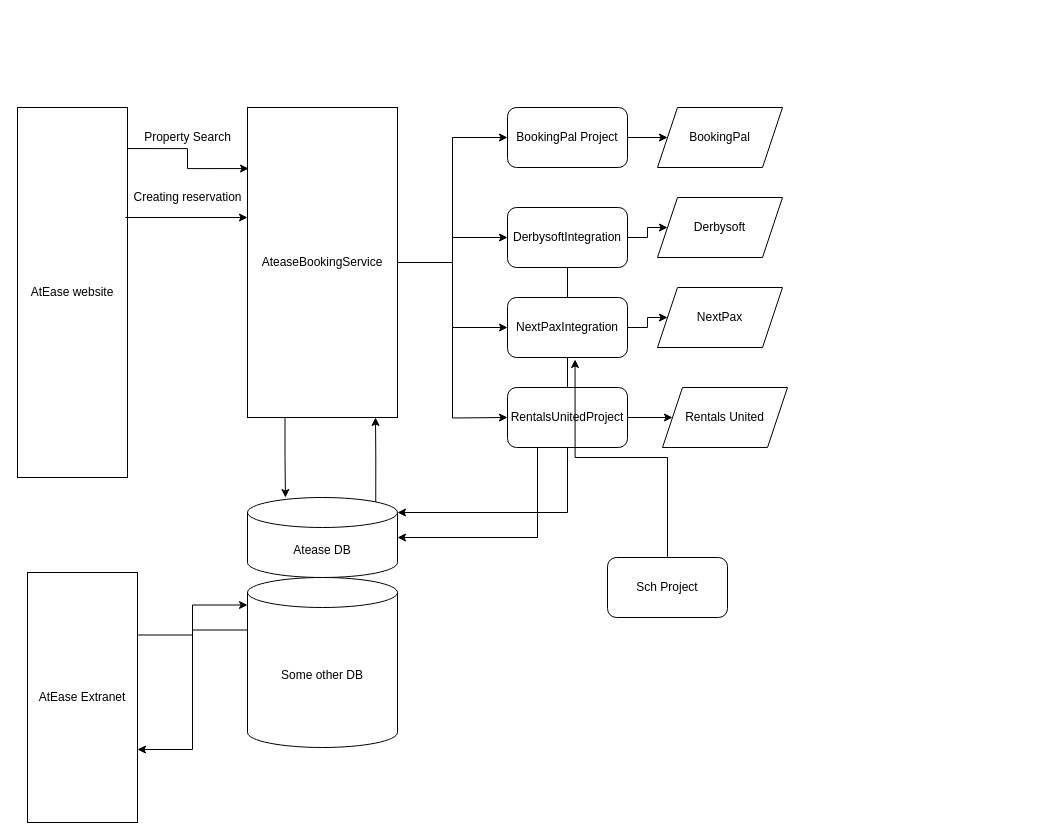
Above: SystemFlow/Untitled Diagram.drawio in FaiyazApp/flow (draw.io), before the change. Source tidied: cells renumbered, new cells numbered last; positions are measured from the earlier drawing's top-left corner, leaving out a move shared by most shapes. Both pictures are drawn from the tidied source at 100%, with x=0, y=0 at pixel (17, 107).
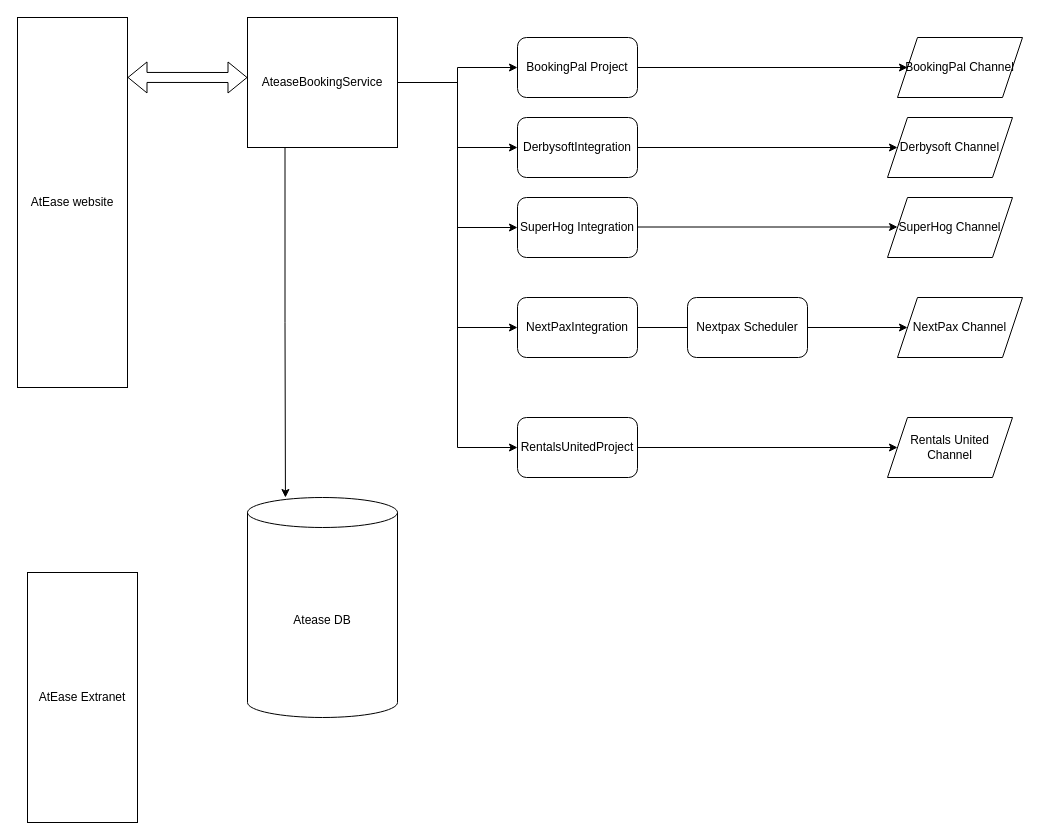
After the change.

Unchanged cells that the change refers to:
```xml
<mxCell id="16" value="&lt;span&gt;AtEase Extranet&lt;/span&gt;" style="rounded=0;whiteSpace=wrap;html=1;direction=south;" parent="1" vertex="1">
  <mxGeometry x="10" y="465" width="110" height="250" as="geometry" />
</mxCell>
```

Change to the diagram source:
```diff
@@
-    <mxCell id="2" style="edgeStyle=orthogonalEdgeStyle;rounded=0;jettySize=auto;html=1;exitX=0.111;exitY=0.009;exitDx=0;exitDy=0;exitPerimeter=0;entryX=0.197;entryY=0.993;entryDx=0;entryDy=0;entryPerimeter=0;" parent="1" edge="1" source="4" target="10">
-      <mxGeometry relative="1" as="geometry" />
-    </mxCell>
-    <mxCell id="3" value="Property Search" style="text;html=1;align=center;verticalAlign=middle;strokeColor=none;fillColor=none;" parent="1" vertex="1">
-      <mxGeometry x="120" y="20" width="100" height="20" as="geometry" />
-    </mxCell>
     <mxCell id="4" value="&lt;span&gt;AtEase website&lt;/span&gt;" style="rounded=0;whiteSpace=wrap;html=1;direction=south;" parent="1" vertex="1">
-      <mxGeometry width="110" height="370" as="geometry" />
+      <mxGeometry y="-90" width="110" height="370" as="geometry" />
     </mxCell>
@@
-    <mxCell id="9" style="edgeStyle=orthogonalEdgeStyle;rounded=0;jettySize=auto;html=1;" parent="1" edge="1" source="10">
-      <mxGeometry relative="1" as="geometry">
-        <mxPoint x="490" y="310" as="targetPoint" />
-      </mxGeometry>
+    <mxCell id="9" style="edgeStyle=orthogonalEdgeStyle;rounded=0;jettySize=auto;html=1;entryX=0;entryY=0.5;entryDx=0;entryDy=0;" parent="1" edge="1" source="10" target="32">
+      <mxGeometry relative="1" as="geometry" />
     </mxCell>
+    <mxCell id="35" style="edgeStyle=orthogonalEdgeStyle;rounded=0;jettySize=auto;html=1;exitX=0.5;exitY=0;exitDx=0;exitDy=0;entryX=0;entryY=0.5;entryDx=0;entryDy=0;" parent="1" edge="1" source="10" target="40">
+      <mxGeometry relative="1" as="geometry" />
+    </mxCell>
     <mxCell id="10" value="&lt;span&gt;AteaseBookingService&lt;/span&gt;" style="rounded=0;whiteSpace=wrap;html=1;direction=south;" parent="1" vertex="1">
-      <mxGeometry x="230" width="150" height="310" as="geometry" />
+      <mxGeometry x="230" y="-90" width="150" height="130" as="geometry" />
     </mxCell>
-    <mxCell id="11" style="edgeStyle=orthogonalEdgeStyle;rounded=0;jettySize=auto;html=1;exitX=0.855;exitY=0;exitDx=0;exitDy=4.35;exitPerimeter=0;" parent="1" edge="1" source="12">
-      <mxGeometry relative="1" as="geometry">
-        <mxPoint x="358" y="310" as="targetPoint" />
-      </mxGeometry>
-    </mxCell>
     <mxCell id="12" value="Atease DB" style="shape=cylinder3;whiteSpace=wrap;html=1;boundedLbl=1;backgroundOutline=1;size=15;" parent="1" vertex="1">
-      <mxGeometry x="230" y="390" width="150" height="80" as="geometry" />
+      <mxGeometry x="230" y="390" width="150" height="220" as="geometry" />
     </mxCell>
-    <mxCell id="13" style="edgeStyle=orthogonalEdgeStyle;rounded=0;orthogonalLoop=1;jettySize=auto;html=1;exitX=0.111;exitY=0.009;exitDx=0;exitDy=0;exitPerimeter=0;entryX=0.197;entryY=0.993;entryDx=0;entryDy=0;entryPerimeter=0;" parent="1" edge="1">
-      <mxGeometry relative="1" as="geometry">
-        <mxPoint x="108" y="110" as="sourcePoint" />
-        <mxPoint x="230" y="110" as="targetPoint" />
-      </mxGeometry>
-    </mxCell>
-    <mxCell id="14" value="Creating reservation" style="text;html=1;align=center;verticalAlign=middle;strokeColor=none;fillColor=none;" parent="1" vertex="1">
-      <mxGeometry x="110" y="80" width="120" height="20" as="geometry" />
-    </mxCell>
-    <mxCell id="15" style="edgeStyle=orthogonalEdgeStyle;rounded=0;jettySize=auto;html=1;exitX=0.25;exitY=0;exitDx=0;exitDy=0;entryX=0;entryY=0;entryDx=0;entryDy=27.5;entryPerimeter=0;" parent="1" edge="1" source="16" target="18">
-      <mxGeometry relative="1" as="geometry" />
-    </mxCell>
@@
-    <mxCell id="17" style="edgeStyle=orthogonalEdgeStyle;rounded=0;jettySize=auto;html=1;exitX=0;exitY=0;exitDx=0;exitDy=52.5;exitPerimeter=0;entryX=0.708;entryY=0;entryDx=0;entryDy=0;entryPerimeter=0;" parent="1" edge="1" source="18" target="16">
-      <mxGeometry relative="1" as="geometry" />
-    </mxCell>
-    <mxCell id="18" value="Some other DB" style="shape=cylinder3;whiteSpace=wrap;html=1;boundedLbl=1;backgroundOutline=1;size=15;" parent="1" vertex="1">
-      <mxGeometry x="230" y="470" width="150" height="170" as="geometry" />
-    </mxCell>
-    <mxCell id="19" value="BookingPal" style="shape=parallelogram;perimeter=parallelogramPerimeter;whiteSpace=wrap;html=1;fixedSize=1;rounded=0;" parent="1" vertex="1">
-      <mxGeometry x="640" width="125" height="60" as="geometry" />
+    <mxCell id="19" value="BookingPal Channel" style="shape=parallelogram;perimeter=parallelogramPerimeter;whiteSpace=wrap;html=1;fixedSize=1;rounded=0;" parent="1" vertex="1">
+      <mxGeometry x="880" y="-70" width="125" height="60" as="geometry" />
     </mxCell>
-    <mxCell id="20" value="Derbysoft" style="shape=parallelogram;perimeter=parallelogramPerimeter;whiteSpace=wrap;html=1;fixedSize=1;rounded=0;" parent="1" vertex="1">
-      <mxGeometry x="640" y="90" width="125" height="60" as="geometry" />
+    <mxCell id="20" value="Derbysoft Channel" style="shape=parallelogram;perimeter=parallelogramPerimeter;whiteSpace=wrap;html=1;fixedSize=1;rounded=0;" parent="1" vertex="1">
+      <mxGeometry x="870" y="10" width="125" height="60" as="geometry" />
     </mxCell>
-    <mxCell id="21" value="NextPax" style="shape=parallelogram;perimeter=parallelogramPerimeter;whiteSpace=wrap;html=1;fixedSize=1;rounded=0;" parent="1" vertex="1">
-      <mxGeometry x="640" y="180" width="125" height="60" as="geometry" />
+    <mxCell id="21" value="NextPax Channel" style="shape=parallelogram;perimeter=parallelogramPerimeter;whiteSpace=wrap;html=1;fixedSize=1;rounded=0;" parent="1" vertex="1">
+      <mxGeometry x="880" y="190" width="125" height="60" as="geometry" />
     </mxCell>
-    <mxCell id="22" value="Rentals United" style="shape=parallelogram;perimeter=parallelogramPerimeter;whiteSpace=wrap;html=1;fixedSize=1;rounded=0;" parent="1" vertex="1">
-      <mxGeometry x="645" y="280" width="125" height="60" as="geometry" />
+    <mxCell id="22" value="Rentals United Channel" style="shape=parallelogram;perimeter=parallelogramPerimeter;whiteSpace=wrap;html=1;fixedSize=1;rounded=0;" parent="1" vertex="1">
+      <mxGeometry x="870" y="310" width="125" height="60" as="geometry" />
     </mxCell>
@@
     <mxCell id="24" value="BookingPal Project" style="rounded=1;whiteSpace=wrap;html=1;" parent="1" vertex="1">
-      <mxGeometry x="490" width="120" height="60" as="geometry" />
+      <mxGeometry x="500" y="-70" width="120" height="60" as="geometry" />
     </mxCell>
@@
-    <mxCell id="26" style="edgeStyle=orthogonalEdgeStyle;rounded=0;jettySize=auto;html=1;exitX=0.5;exitY=1;exitDx=0;exitDy=0;entryX=1;entryY=0;entryDx=0;entryDy=15;entryPerimeter=0;" parent="1" edge="1" source="27" target="12">
-      <mxGeometry relative="1" as="geometry" />
-    </mxCell>
     <mxCell id="27" value="DerbysoftIntegration" style="rounded=1;whiteSpace=wrap;html=1;" parent="1" vertex="1">
-      <mxGeometry x="490" y="100" width="120" height="60" as="geometry" />
+      <mxGeometry x="500" y="10" width="120" height="60" as="geometry" />
     </mxCell>
-    <mxCell id="28" style="edgeStyle=orthogonalEdgeStyle;rounded=0;jettySize=auto;html=1;" parent="1" edge="1" source="29" target="21">
+    <mxCell id="28" style="edgeStyle=orthogonalEdgeStyle;rounded=0;jettySize=auto;html=1;startArrow=none;" parent="1" edge="1" source="36" target="21">
       <mxGeometry relative="1" as="geometry" />
     </mxCell>
     <mxCell id="29" value="NextPaxIntegration" style="rounded=1;whiteSpace=wrap;html=1;" parent="1" vertex="1">
-      <mxGeometry x="490" y="190" width="120" height="60" as="geometry" />
+      <mxGeometry x="500" y="190" width="120" height="60" as="geometry" />
     </mxCell>
@@
-    <mxCell id="31" style="edgeStyle=orthogonalEdgeStyle;rounded=0;jettySize=auto;html=1;exitX=0.25;exitY=1;exitDx=0;exitDy=0;entryX=1;entryY=0.5;entryDx=0;entryDy=0;entryPerimeter=0;" parent="1" edge="1" source="32" target="12">
-      <mxGeometry relative="1" as="geometry" />
-    </mxCell>
     <mxCell id="32" value="RentalsUnitedProject" style="rounded=1;whiteSpace=wrap;html=1;" parent="1" vertex="1">
-      <mxGeometry x="490" y="280" width="120" height="60" as="geometry" />
+      <mxGeometry x="500" y="310" width="120" height="60" as="geometry" />
     </mxCell>
-    <mxCell id="33" style="edgeStyle=orthogonalEdgeStyle;rounded=0;jettySize=auto;html=1;entryX=0.563;entryY=1.033;entryDx=0;entryDy=0;entryPerimeter=0;" parent="1" edge="1" source="34" target="29">
-      <mxGeometry relative="1" as="geometry" />
-    </mxCell>
-    <mxCell id="34" value="Sch Project" style="rounded=1;whiteSpace=wrap;html=1;" parent="1" vertex="1">
-      <mxGeometry x="590" y="450" width="120" height="60" as="geometry" />
-    </mxCell>
+    <mxCell id="36" value="Nextpax Scheduler" style="rounded=1;whiteSpace=wrap;html=1;" parent="1" vertex="1">
+      <mxGeometry x="670" y="190" width="120" height="60" as="geometry" />
+    </mxCell>
+    <mxCell id="37" style="edgeStyle=orthogonalEdgeStyle;rounded=0;jettySize=auto;html=1;endArrow=none;" parent="1" edge="1" source="29" target="36">
+      <mxGeometry relative="1" as="geometry" />
+    </mxCell>
+    <mxCell id="38" style="shape=flexArrow;endArrow=classic;startArrow=classic;html=1;rounded=0;exitX=0.162;exitY=0;exitDx=0;exitDy=0;exitPerimeter=0;" parent="1" edge="1" source="4">
+      <mxGeometry relative="1" as="geometry">
+        <mxPoint x="230" y="-30" as="targetPoint" />
+      </mxGeometry>
+    </mxCell>
+    <mxCell id="39" value="SuperHog Channel" style="shape=parallelogram;perimeter=parallelogramPerimeter;whiteSpace=wrap;html=1;fixedSize=1;rounded=0;" parent="1" vertex="1">
+      <mxGeometry x="870" y="90" width="125" height="60" as="geometry" />
+    </mxCell>
+    <mxCell id="40" value="SuperHog Integration" style="rounded=1;whiteSpace=wrap;html=1;" parent="1" vertex="1">
+      <mxGeometry x="500" y="90" width="120" height="60" as="geometry" />
+    </mxCell>
+    <mxCell id="41" style="edgeStyle=orthogonalEdgeStyle;rounded=0;orthogonalLoop=1;jettySize=auto;html=1;" parent="1" edge="1">
+      <mxGeometry relative="1" as="geometry">
+        <mxPoint x="620" y="119.5" as="sourcePoint" />
+        <mxPoint x="880" y="119.5" as="targetPoint" />
+      </mxGeometry>
+    </mxCell>
```
